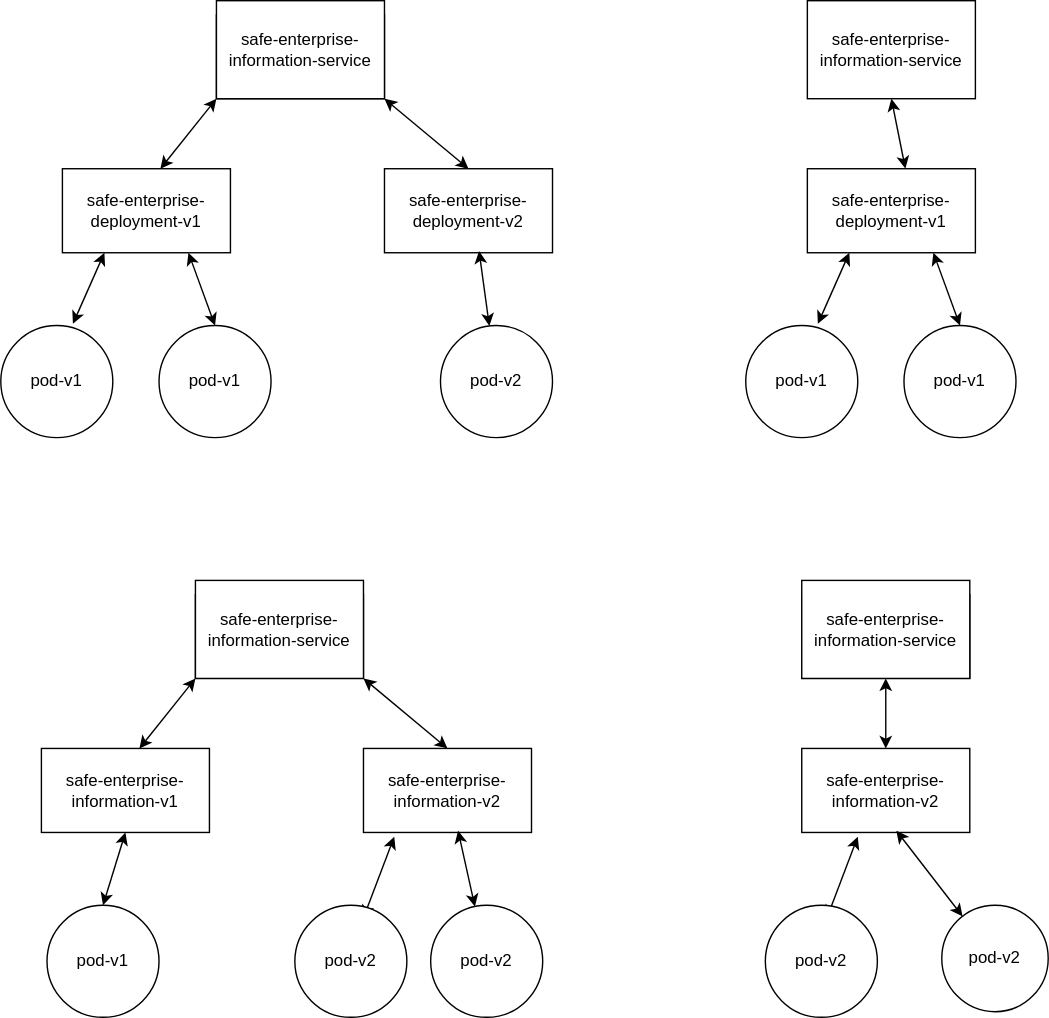
dujiacheng/dujiacheng.github.io keeps this draw.io diagram as 灰度.svg. Above is the earlier version. Source tidied: cells renumbered, new cells last; positions are measured from the earlier drawing's top-left corner, leaving out a move shared by most shapes.
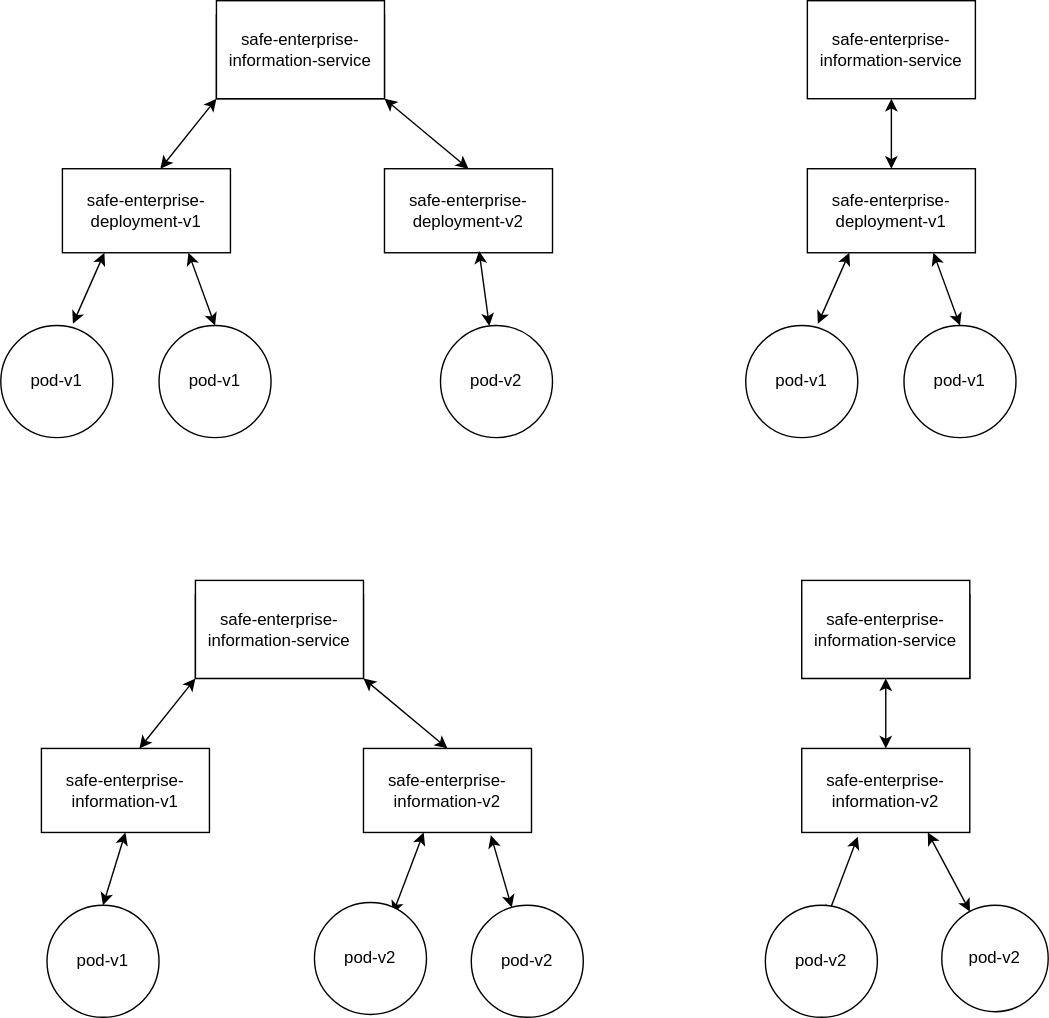
After the change.

The edit, as a diff of the source:
```diff
@@ -62,12 +62,12 @@
     </mxCell>
     <mxCell id="20" style="endArrow=classic;startArrow=classic;html=1;" parent="1" edge="1">
       <mxGeometry relative="1" as="geometry">
-        <mxPoint x="281" y="597" as="sourcePoint" />
-        <mxPoint x="259" y="655" as="targetPoint" />
+        <mxPoint x="302" y="594" as="sourcePoint" />
+        <mxPoint x="280" y="652" as="targetPoint" />
       </mxGeometry>
     </mxCell>
     <mxCell id="21" value="pod-v2" style="ellipse;whiteSpace=wrap;html=1;" parent="1" vertex="1">
-      <mxGeometry x="210" y="646" width="80" height="80" as="geometry" />
+      <mxGeometry x="224" y="644" width="80" height="80" as="geometry" />
     </mxCell>
     <mxCell id="22" value="pod-v1" style="ellipse;whiteSpace=wrap;html=1;" parent="1" vertex="1">
       <mxGeometry x="33" y="646" width="80" height="80" as="geometry" />
@@ -76,10 +76,12 @@
       <mxGeometry relative="1" as="geometry" />
     </mxCell>
     <mxCell id="24" value="pod-v2" style="ellipse;whiteSpace=wrap;html=1;" parent="1" vertex="1">
-      <mxGeometry x="307" y="646" width="80" height="80" as="geometry" />
+      <mxGeometry x="336" y="646" width="80" height="80" as="geometry" />
     </mxCell>
-    <mxCell id="25" style="endArrow=classic;startArrow=classic;html=1;exitX=0.563;exitY=0.979;exitDx=0;exitDy=0;exitPerimeter=0;" parent="1" edge="1" source="17" target="24">
-      <mxGeometry relative="1" as="geometry" />
+    <mxCell id="25" style="endArrow=classic;startArrow=classic;html=1;" parent="1" edge="1" target="24">
+      <mxGeometry relative="1" as="geometry">
+        <mxPoint x="350" y="596" as="sourcePoint" />
+      </mxGeometry>
     </mxCell>
     <mxCell id="26" value="safe-enterprise-information-service" style="rounded=0;whiteSpace=wrap;html=1;" parent="1" vertex="1">
       <mxGeometry x="576" width="120" height="70" as="geometry" />
@@ -89,7 +91,7 @@
     </mxCell>
     <mxCell id="28" style="endArrow=classic;startArrow=classic;html=1;entryX=0.5;entryY=1;entryDx=0;entryDy=0;" parent="1" edge="1" target="26">
       <mxGeometry relative="1" as="geometry">
-        <mxPoint x="646" y="120" as="sourcePoint" />
+        <mxPoint x="636" y="120" as="sourcePoint" />
       </mxGeometry>
     </mxCell>
     <mxCell id="29" style="endArrow=classic;startArrow=classic;html=1;entryX=0.644;entryY=-0.016;entryDx=0;entryDy=0;entryPerimeter=0;exitX=0.25;exitY=1;exitDx=0;exitDy=0;" parent="1" edge="1" source="27" target="30">
@@ -128,7 +130,7 @@
     <mxCell id="39" value="pod-v2" style="ellipse;whiteSpace=wrap;html=1;" parent="1" vertex="1">
       <mxGeometry x="672" y="646" width="76" height="76" as="geometry" />
     </mxCell>
-    <mxCell id="40" style="endArrow=classic;startArrow=classic;html=1;exitX=0.563;exitY=0.979;exitDx=0;exitDy=0;exitPerimeter=0;" parent="1" edge="1" source="35" target="39">
+    <mxCell id="40" style="endArrow=classic;startArrow=classic;html=1;exitX=0.75;exitY=1;exitDx=0;exitDy=0;" parent="1" edge="1" source="35" target="39">
       <mxGeometry relative="1" as="geometry" />
     </mxCell>
   </root>
```
